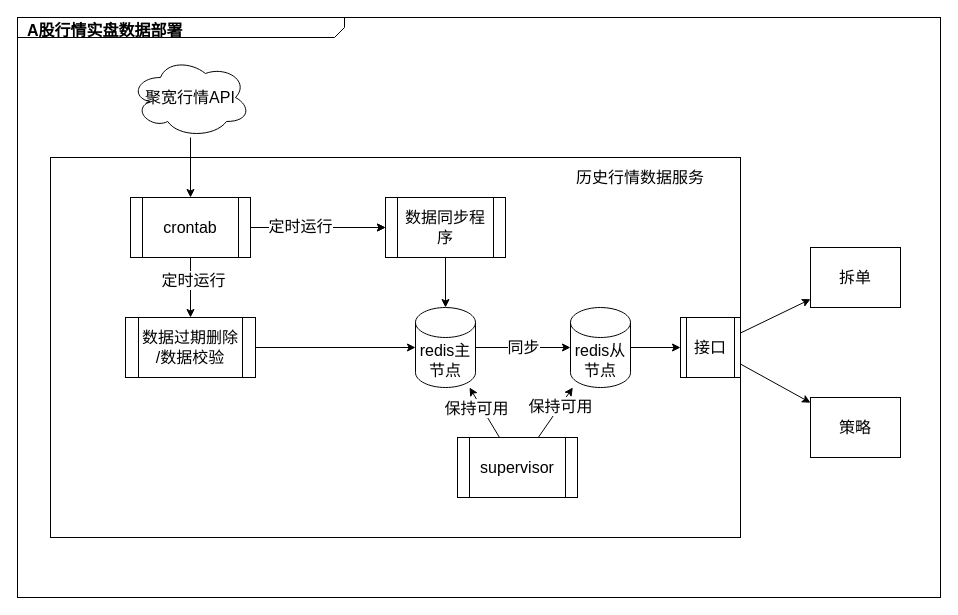
Above: drawio/A股实盘数据.drawio in jayed008/notebook (draw.io), before the change. Source tidied: cells renumbered, new cells numbered last; positions are measured from the earlier drawing's top-left corner, leaving out a move shared by most shapes. Both pictures are drawn from the tidied source at 100%, with x=0, y=0 at pixel (17, 17).
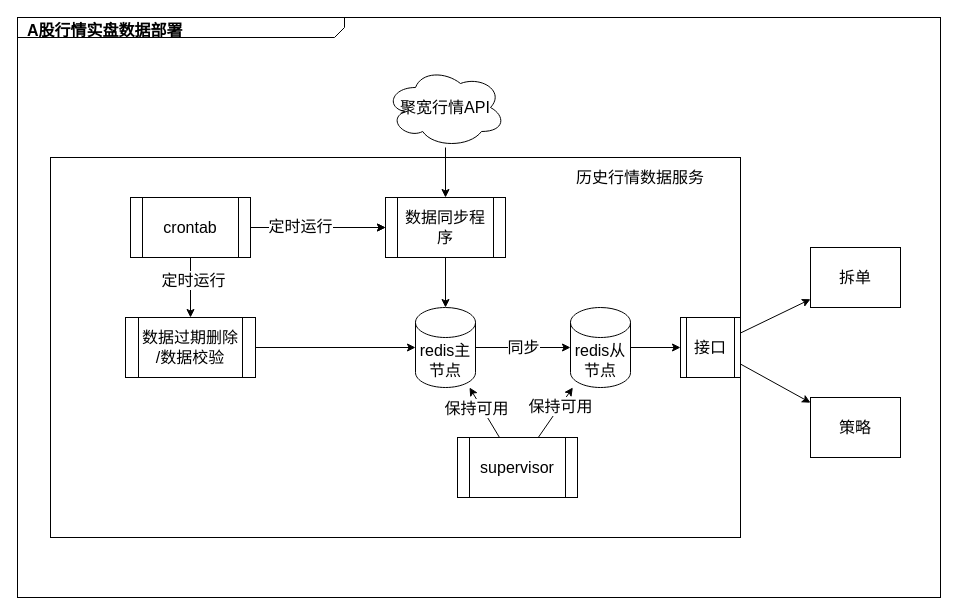
Above is the later version.

Commit message (it also covers changes not shown here):
Update A股实盘数据.drawio

The change refers to these unchanged cells:
```xml
<mxCell id="16" value="数据同步程序" style="shape=process;whiteSpace=wrap;html=1;backgroundOutline=1;fontSize=16;" parent="1" vertex="1">
  <mxGeometry x="368" y="180" width="120" height="60" as="geometry" />
</mxCell>
<mxCell id="38" value="crontab" style="shape=process;whiteSpace=wrap;html=1;backgroundOutline=1;fontSize=16;" parent="1" vertex="1">
  <mxGeometry x="113" y="180" width="120" height="60" as="geometry" />
</mxCell>
```

Change to the diagram source:
```diff
@@
     <mxCell id="13" value="聚宽行情API" style="ellipse;shape=cloud;whiteSpace=wrap;html=1;fontSize=16;" parent="1" vertex="1">
-      <mxGeometry x="113" y="40" width="120" height="80" as="geometry" />
+      <mxGeometry x="368" y="50" width="120" height="80" as="geometry" />
     </mxCell>
@@
-    <mxCell id="39" style="endArrow=classic;html=1;fontSize=16;" parent="1" edge="1" source="13" target="38">
+    <mxCell id="39" style="endArrow=classic;html=1;fontSize=16;" parent="1" edge="1" source="13" target="16">
       <mxGeometry relative="1" as="geometry" />
     </mxCell>
```
